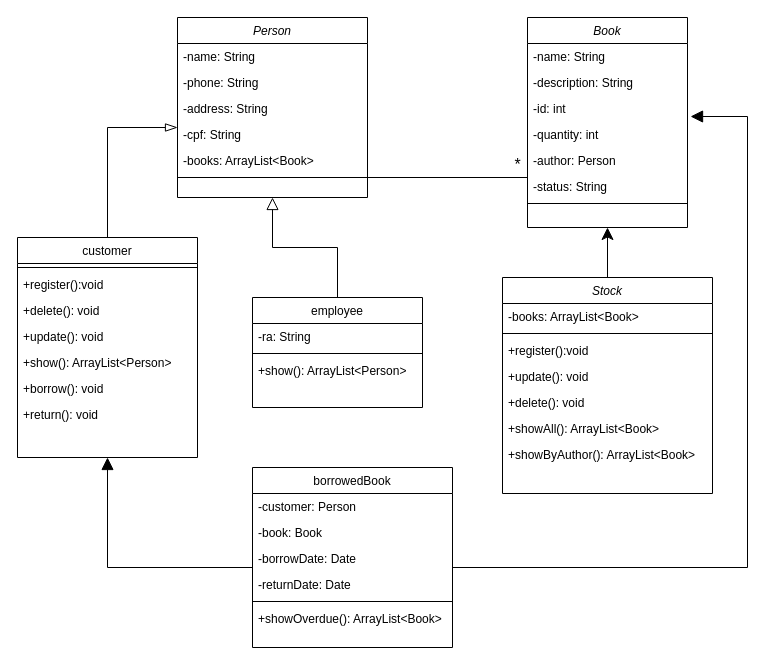
Before: Untitled Diagram.drawio in JuanIWK3/diagrams, a draw.io diagram. Source tidied: cells renumbered, new cells numbered last; positions are measured from the earlier drawing's top-left corner, leaving out a move shared by most shapes. Both pictures are drawn from the tidied source at 100%, with x=0, y=0 at pixel (17, 17).
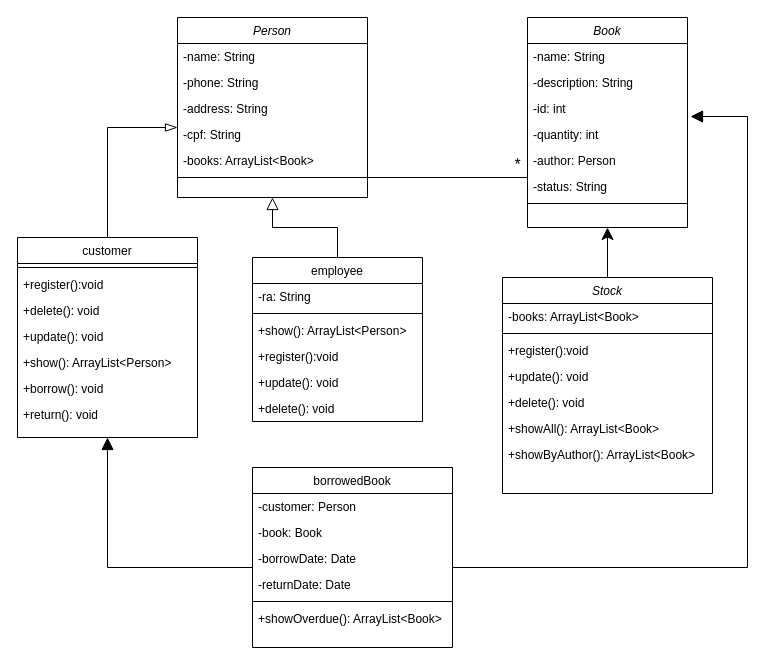
The same diagram, later.

The edit, as a diff of the source:
```diff
@@
     <mxCell id="9" value="customer" style="swimlane;fontStyle=0;align=center;verticalAlign=top;horizontal=1;startSize=26;rounded=0;shadow=0;strokeWidth=1;" parent="1" vertex="1">
-      <mxGeometry y="220" width="180" height="220" as="geometry" />
+      <mxGeometry y="220" width="180" height="200" as="geometry" />
     </mxCell>
@@
     <mxCell id="19" value="employee" style="swimlane;fontStyle=0;align=center;verticalAlign=top;horizontal=1;startSize=26;rounded=0;shadow=0;strokeWidth=1;" parent="1" vertex="1">
-      <mxGeometry x="235" y="280" width="170" height="110" as="geometry" />
+      <mxGeometry x="235" y="240" width="170" height="164" as="geometry" />
     </mxCell>
@@
+    <mxCell id="51" value="+register():void" style="text;align=left;verticalAlign=top;spacingLeft=4;spacingRight=4;overflow=hidden;" parent="19" vertex="1">
+      <mxGeometry y="86" width="170" height="26" as="geometry" />
+    </mxCell>
+    <mxCell id="52" value="+update(): void" style="text;align=left;verticalAlign=top;spacingLeft=4;spacingRight=4;overflow=hidden;" parent="19" vertex="1">
+      <mxGeometry y="112" width="170" height="26" as="geometry" />
+    </mxCell>
+    <mxCell id="53" value="+delete(): void" style="text;align=left;verticalAlign=top;spacingLeft=4;spacingRight=4;overflow=hidden;" parent="19" vertex="1">
+      <mxGeometry y="138" width="170" height="26" as="geometry" />
+    </mxCell>
```
